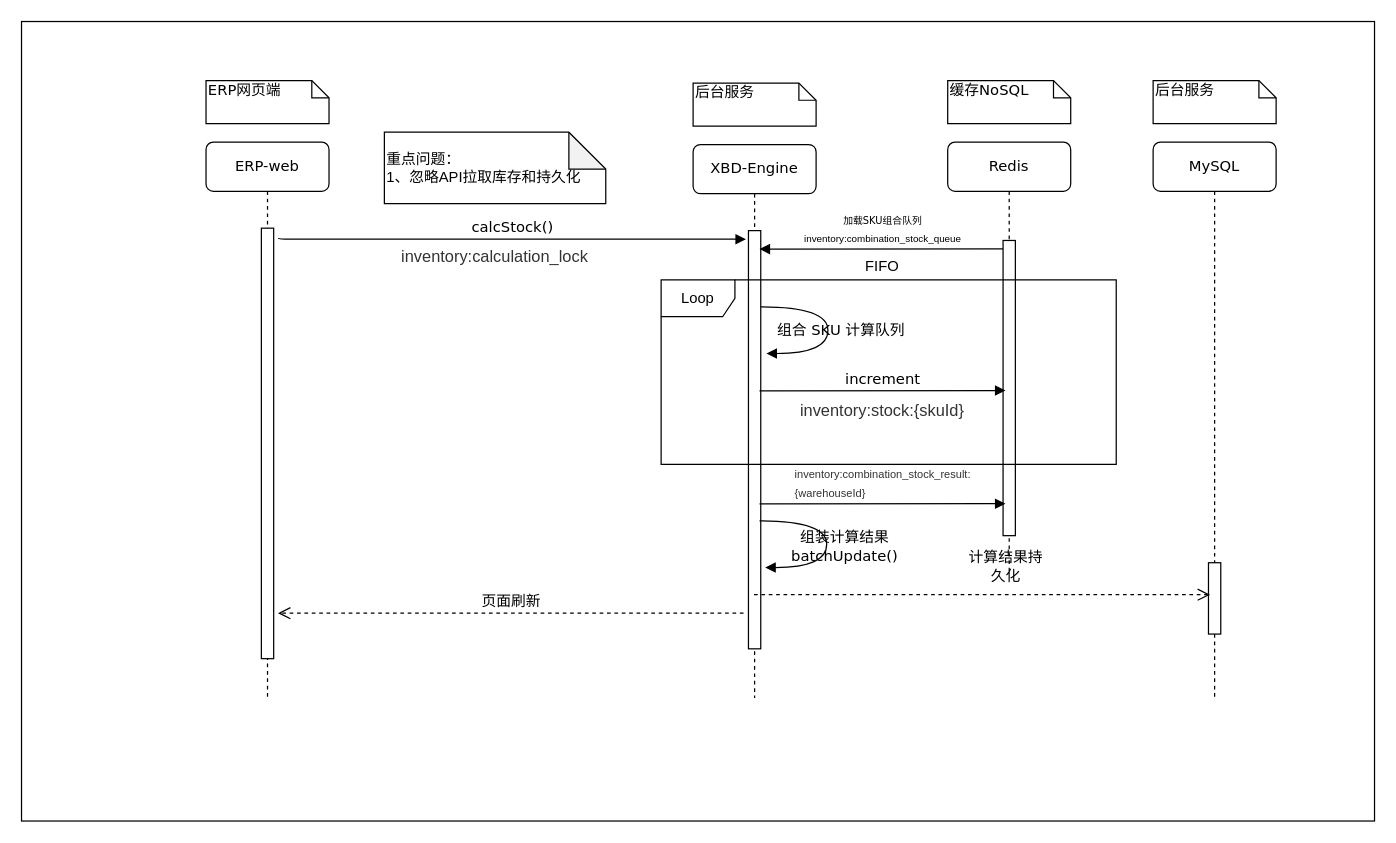
unclequentin/diagrams keeps this draw.io diagram as page "第 2 页 的副本" (3 of 4) of 未命名绘图.drawio. Above is the earlier version. Source tidied: cells renumbered, new cells numbered last; positions are measured from the earlier drawing's top-left corner, leaving out a move shared by most shapes. Both pictures are drawn from the tidied source at 123%, with x=0, y=0 at pixel (21, 21).
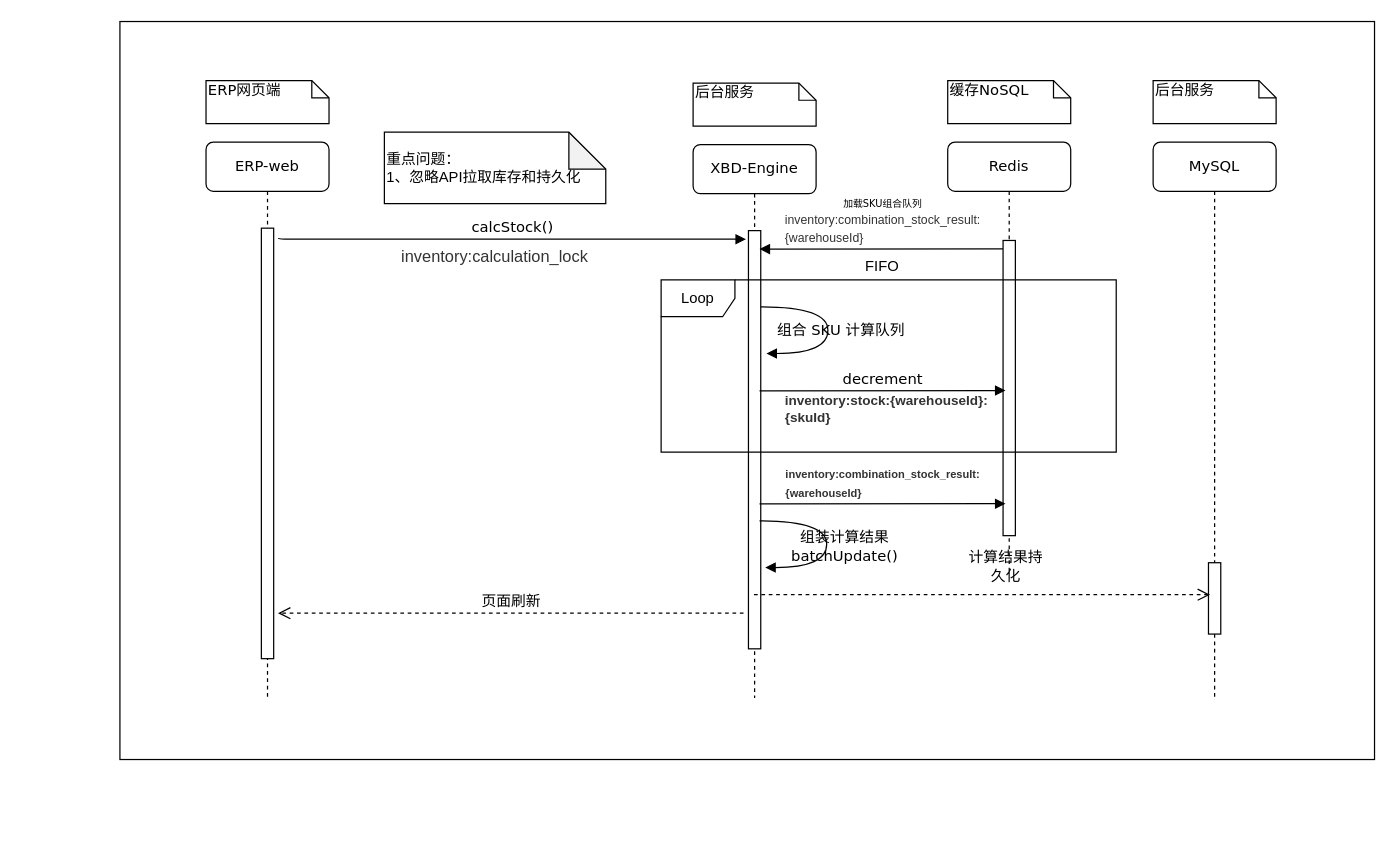
The same page after the edit.

Commit message:
更新未命名绘图.drawio

Change to the diagram source:
```diff
@@
     <mxCell id="2" style="rounded=0;whiteSpace=wrap;html=1;" parent="1" vertex="1">
-      <mxGeometry width="1100" height="650" as="geometry" />
+      <mxGeometry x="80" width="1020" height="600" as="geometry" />
     </mxCell>
@@
-    <mxCell id="9" value="&lt;font style=&quot;font-size: 8px;&quot;&gt;加载SKU组合队列&lt;/font&gt;&lt;div&gt;&lt;div style=&quot;text-align: start; text-wrap-mode: wrap;&quot;&gt;&lt;/div&gt;&lt;div style=&quot;text-align: start; text-wrap-mode: wrap;&quot; class=&quot;document&quot;&gt;&lt;div style=&quot;&quot; class=&quot;section&quot;&gt;&lt;p style=&quot;margin: 0pt; font-family: 等线;&quot; class=&quot;paragraph text-align-type-left&quot;&gt;&lt;span style=&quot;font-family: 微软雅黑; letter-spacing: 0pt; vertical-align: baseline;&quot;&gt;&lt;font style=&quot;font-size: 8px;&quot;&gt;inventory:combination_stock_queue&lt;/font&gt;&lt;/span&gt;&lt;/p&gt;&lt;/div&gt;&lt;/div&gt;&lt;/div&gt;" style="html=1;verticalAlign=bottom;endArrow=block;labelBackgroundColor=none;fontFamily=Verdana;fontSize=12;edgeStyle=elbowEdgeStyle;elbow=vertical;exitX=0.2;exitY=0.047;exitDx=0;exitDy=0;exitPerimeter=0;" parent="1" edge="1">
+    <mxCell id="9" value="&lt;font style=&quot;font-size: 8px;&quot;&gt;加载SKU组合队列&lt;/font&gt;&lt;div&gt;&lt;div style=&quot;text-align: start; text-wrap-mode: wrap;&quot;&gt;&lt;/div&gt;&lt;div style=&quot;text-align: start; text-wrap-mode: wrap;&quot; class=&quot;document&quot;&gt;&lt;div style=&quot;&quot; class=&quot;section&quot;&gt;&lt;div style=&quot;font-size: medium;&quot;&gt;&lt;/div&gt;&lt;div style=&quot;&quot; class=&quot;document&quot;&gt;&lt;div style=&quot;&quot; class=&quot;section&quot;&gt;&lt;p style=&quot;margin: 0pt; font-family: 等线;&quot; class=&quot;paragraph text-align-type-left&quot;&gt;&lt;span style=&quot;font-family: 微软雅黑; color: rgb(51, 51, 51); letter-spacing: 0pt; vertical-align: baseline;&quot;&gt;&lt;font style=&quot;font-size: 10px;&quot;&gt;inventory:combination_stock_result:{warehouseId}&lt;/font&gt;&lt;/span&gt;&lt;/p&gt;&lt;/div&gt;&lt;/div&gt;&lt;/div&gt;&lt;/div&gt;&lt;/div&gt;" style="html=1;verticalAlign=bottom;endArrow=block;labelBackgroundColor=none;fontFamily=Verdana;fontSize=12;edgeStyle=elbowEdgeStyle;elbow=vertical;exitX=0.2;exitY=0.047;exitDx=0;exitDy=0;exitPerimeter=0;" parent="1" edge="1">
       <mxGeometry relative="1" as="geometry">
         <mxPoint x="800" y="184.9" as="sourcePoint" />
         <mxPoint x="600" y="185" as="targetPoint" />
       </mxGeometry>
     </mxCell>
@@
-    <mxCell id="17" value="increment" style="html=1;verticalAlign=bottom;endArrow=block;labelBackgroundColor=none;fontFamily=Verdana;fontSize=12;edgeStyle=elbowEdgeStyle;elbow=vertical;" parent="1" edge="1">
+    <mxCell id="17" value="decrement" style="html=1;verticalAlign=bottom;endArrow=block;labelBackgroundColor=none;fontFamily=Verdana;fontSize=12;edgeStyle=elbowEdgeStyle;elbow=vertical;" parent="1" edge="1">
       <mxGeometry relative="1" as="geometry">
         <mxPoint x="600" y="300.2" as="sourcePoint" />
         <mxPoint x="800" y="300.2" as="targetPoint" />
       </mxGeometry>
     </mxCell>
@@
     <mxCell id="23" value="Loop" style="shape=umlFrame;whiteSpace=wrap;html=1;" parent="1" vertex="1">
-      <mxGeometry x="520" y="210" width="370" height="150" as="geometry" />
+      <mxGeometry x="520" y="210" width="370" height="140" as="geometry" />
     </mxCell>
-    <mxCell id="24" value="&lt;div style=&quot;font-size: medium; text-align: start;&quot;&gt;&lt;/div&gt;&lt;div style=&quot;font-size: medium; text-align: start;&quot; class=&quot;document&quot;&gt;&lt;div class=&quot;section&quot;&gt;&lt;p style=&quot;margin: 0pt; font-family: 等线; font-size: 12pt;&quot; class=&quot;paragraph text-align-type-left&quot;&gt;&lt;span style=&quot;font-size: 10pt; font-family: 微软雅黑; color: rgb(51, 51, 51); letter-spacing: 0pt; vertical-align: baseline;&quot;&gt;inventory:stock:{skuId}&lt;/span&gt;&lt;/p&gt;&lt;/div&gt;&lt;/div&gt;" style="text;html=1;align=center;verticalAlign=middle;whiteSpace=wrap;rounded=0;" parent="1" vertex="1">
-      <mxGeometry x="620" y="300" width="160" height="30" as="geometry" />
+    <mxCell id="24" value="&lt;div style=&quot;text-align: start;&quot;&gt;&lt;/div&gt;&lt;div style=&quot;text-align: start;&quot; class=&quot;document&quot;&gt;&lt;div class=&quot;section&quot;&gt;&lt;div&gt;&lt;/div&gt;&lt;div class=&quot;document&quot;&gt;&lt;div class=&quot;section&quot;&gt;&lt;p style=&quot;margin: 0pt; font-family: 等线;&quot; class=&quot;paragraph text-align-type-left&quot;&gt;&lt;span style=&quot;font-family: 微软雅黑; color: rgb(51, 51, 51); letter-spacing: 0pt; vertical-align: baseline;&quot;&gt;inventor&lt;/span&gt;&lt;span style=&quot;font-family: 微软雅黑; color: rgb(51, 51, 51); letter-spacing: 0pt; vertical-align: baseline;&quot;&gt;y:stock:{warehouseId}:{skuId}&lt;/span&gt;&lt;/p&gt;&lt;/div&gt;&lt;/div&gt;&lt;/div&gt;&lt;/div&gt;" style="text;html=1;align=center;verticalAlign=middle;whiteSpace=wrap;rounded=0;fontSize=11;fontStyle=1;" parent="1" vertex="1">
+      <mxGeometry x="620" y="300" width="180" height="30" as="geometry" />
     </mxCell>
@@
-    <mxCell id="27" value="&lt;div style=&quot;font-size: medium; text-align: start; text-wrap-mode: wrap;&quot;&gt;&lt;/div&gt;&lt;div style=&quot;text-align: start; text-wrap-mode: wrap;&quot; class=&quot;document&quot;&gt;&lt;div style=&quot;&quot; class=&quot;section&quot;&gt;&lt;p style=&quot;margin: 0pt; font-family: 等线;&quot; class=&quot;paragraph text-align-type-left&quot;&gt;&lt;span style=&quot;font-family: 微软雅黑; color: rgb(51, 51, 51); letter-spacing: 0pt; vertical-align: baseline;&quot;&gt;&lt;font style=&quot;font-size: 9px;&quot;&gt;inventory:combination_stock_result:{warehouseId}&lt;/font&gt;&lt;/span&gt;&lt;/p&gt;&lt;/div&gt;&lt;/div&gt;" style="html=1;verticalAlign=bottom;endArrow=block;labelBackgroundColor=none;fontFamily=Verdana;fontSize=12;edgeStyle=elbowEdgeStyle;elbow=vertical;" parent="1" edge="1">
+    <mxCell id="27" value="&lt;div style=&quot;font-size: medium; text-align: start; text-wrap-mode: wrap;&quot;&gt;&lt;/div&gt;&lt;div class=&quot;document&quot; style=&quot;text-align: start; text-wrap-mode: wrap;&quot;&gt;&lt;div class=&quot;section&quot; style=&quot;&quot;&gt;&lt;p class=&quot;paragraph text-align-type-left&quot; style=&quot;margin: 0pt; font-family: 等线;&quot;&gt;&lt;span style=&quot;font-family: 微软雅黑; color: rgb(51, 51, 51); letter-spacing: 0pt; vertical-align: baseline;&quot;&gt;&lt;font style=&quot;font-size: 9px;&quot;&gt;inventory:combination_stock_result:{warehouseId}&lt;/font&gt;&lt;/span&gt;&lt;/p&gt;&lt;/div&gt;&lt;/div&gt;" style="html=1;verticalAlign=bottom;endArrow=block;labelBackgroundColor=none;fontFamily=Verdana;fontSize=12;edgeStyle=elbowEdgeStyle;elbow=vertical;fontStyle=1;" parent="1" edge="1">
       <mxGeometry relative="1" as="geometry">
         <mxPoint x="600" y="392.2" as="sourcePoint" />
         <mxPoint x="800" y="392.2" as="targetPoint" />
       </mxGeometry>
     </mxCell>
```
